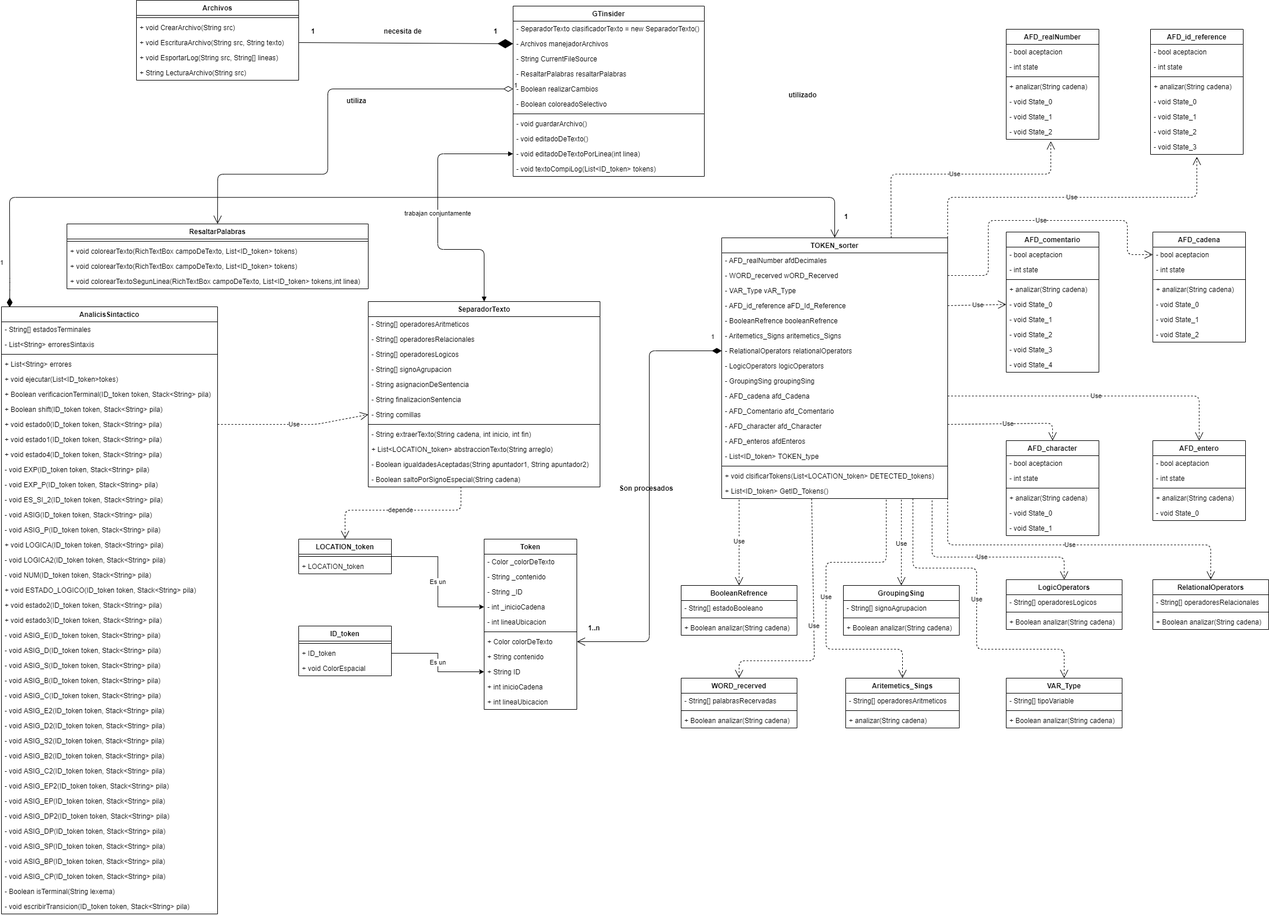
This is Documentacion/Diagrama de Clases.png from cresb-49/LP1, a draw.io export, as it was before one commit. Source tidied: cells renumbered, new cells last; positions are measured from the earlier drawing's top-left corner, leaving out a move shared by most shapes.
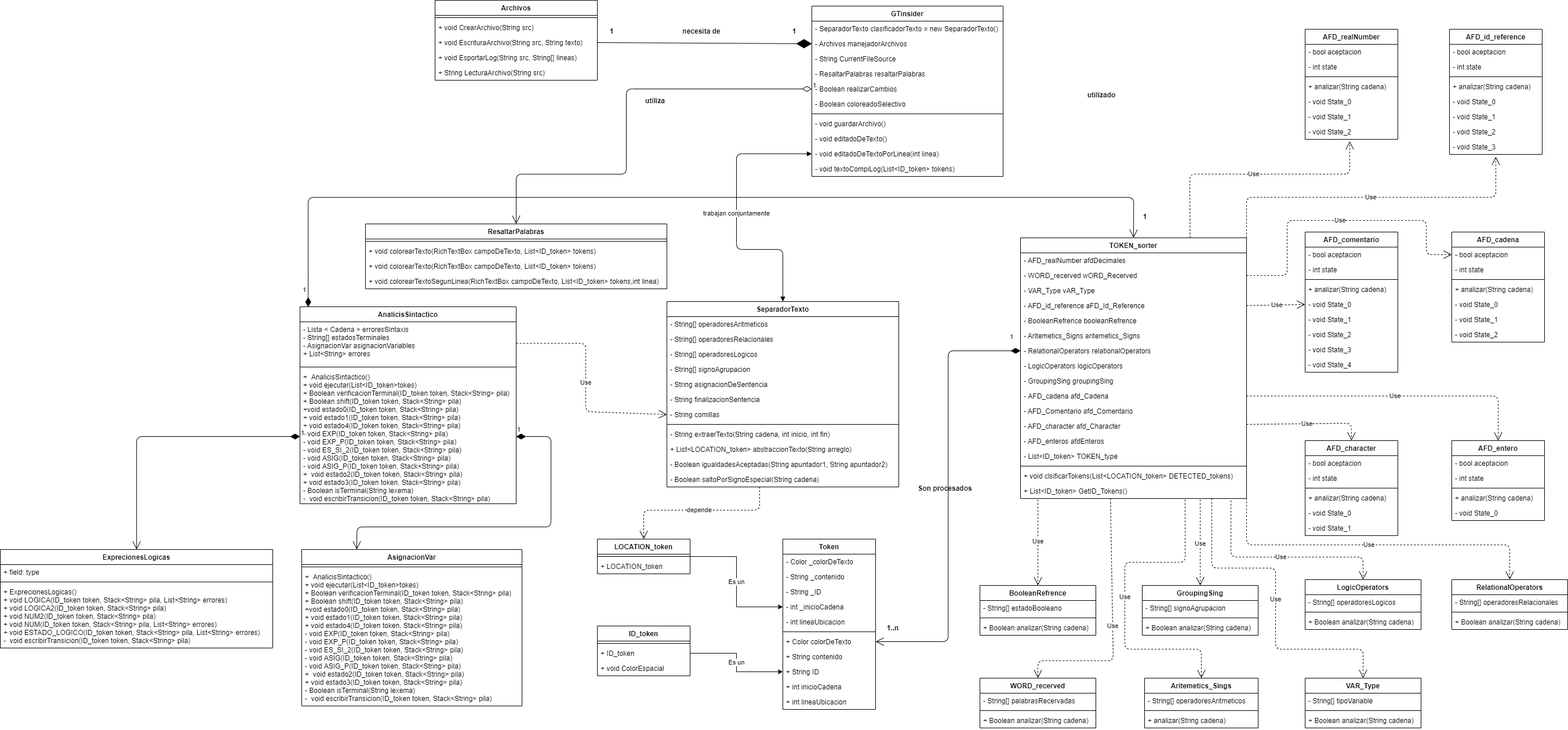
Later version of the same file.

What changed in the source:
```diff
@@ -491,12 +491,13 @@
       <mxGeometry y="268" width="330" height="26" as="geometry" />
     </mxCell>
     <mxCell id="145" value="1" style="endArrow=open;html=1;endSize=12;startArrow=diamondThin;startSize=14;startFill=1;edgeStyle=orthogonalEdgeStyle;align=left;verticalAlign=bottom;entryX=0.5;entryY=0;entryDx=0;entryDy=0;exitX=0.038;exitY=0.001;exitDx=0;exitDy=0;exitPerimeter=0;" parent="1" edge="1" source="181" target="4">
-      <mxGeometry x="-0.92" y="18" relative="1" as="geometry">
+      <mxGeometry x="-0.95" y="23" relative="1" as="geometry">
         <Array as="points">
           <mxPoint x="14" y="490" />
           <mxPoint x="14" y="340" />
           <mxPoint x="1438" y="340" />
         </Array>
+        <mxPoint x="12" y="20" as="offset" />
       </mxGeometry>
     </mxCell>
     <mxCell id="146" value="1" style="text;align=center;fontStyle=1;verticalAlign=middle;spacingLeft=3;spacingRight=3;strokeColor=none;" parent="1" vertex="1">
@@ -618,135 +619,58 @@
     <mxCell id="179" value="+ String LecturaArchivo(String src)" style="text;strokeColor=none;fillColor=none;align=left;verticalAlign=top;spacingLeft=4;spacingRight=4;overflow=hidden;" parent="174" vertex="1">
       <mxGeometry y="112" width="280" height="26" as="geometry" />
     </mxCell>
-    <mxCell id="180" value="Use" style="endArrow=open;endSize=12;dashed=1;html=1;entryX=0;entryY=0.5;entryDx=0;entryDy=0;exitX=1;exitY=0.5;exitDx=0;exitDy=0;" parent="1" edge="1" source="189" target="163">
+    <mxCell id="180" value="Use" style="endArrow=open;endSize=12;dashed=1;html=1;entryX=0;entryY=0.5;entryDx=0;entryDy=0;exitX=1;exitY=0.5;exitDx=0;exitDy=0;" parent="1" edge="1" source="183" target="163">
       <mxGeometry relative="1" as="geometry">
         <Array as="points">
-          <mxPoint x="543" y="732" />
+          <mxPoint x="493" y="592" />
+          <mxPoint x="493" y="710" />
         </Array>
       </mxGeometry>
     </mxCell>
     <mxCell id="181" value="AnalicisSintactico" style="swimlane;fontStyle=1;align=center;verticalAlign=top;horizontal=1;startSize=26;" parent="1" vertex="1">
-      <mxGeometry y="529" width="373" height="1048" as="geometry" />
+      <mxGeometry y="529" width="373" height="340" as="geometry" />
     </mxCell>
-    <mxCell id="182" value="- String[] estadosTerminales" style="text;strokeColor=none;fillColor=none;align=left;verticalAlign=top;spacingLeft=4;spacingRight=4;overflow=hidden;" parent="181" vertex="1">
-      <mxGeometry y="26" width="373" height="26" as="geometry" />
-    </mxCell>
-    <mxCell id="183" value="- List&lt;String&gt; erroresSintaxis" style="text;strokeColor=none;fillColor=none;align=left;verticalAlign=top;spacingLeft=4;spacingRight=4;overflow=hidden;points=[[0,0.5],[1,0.5]];portConstraint=eastwest;" parent="181" vertex="1">
-      <mxGeometry y="52" width="373" height="26" as="geometry" />
+    <mxCell id="183" value="- Lista &lt; Cadena &gt; erroresSintaxis &#10;- String[] estadosTerminales&#10;- AsignacionVar asignacionVariables&#10;+ List&lt;String&gt; errores" style="text;strokeColor=none;fillColor=none;align=left;verticalAlign=top;spacingLeft=4;spacingRight=4;overflow=hidden;points=[[0,0.5],[1,0.5]];portConstraint=eastwest;" parent="181" vertex="1">
+      <mxGeometry y="26" width="373" height="74" as="geometry" />
     </mxCell>
     <mxCell id="184" style="line;strokeWidth=1;fillColor=none;align=left;verticalAlign=middle;spacingTop=-1;spacingLeft=3;spacingRight=3;labelPosition=right;" parent="181" vertex="1">
-      <mxGeometry y="78" width="373" height="8" as="geometry" />
+      <mxGeometry y="100" width="373" height="8" as="geometry" />
     </mxCell>
-    <mxCell id="185" value="+ List&lt;String&gt; errores" style="text;strokeColor=none;fillColor=none;align=left;verticalAlign=top;spacingLeft=4;spacingRight=4;overflow=hidden;points=[[0,0.5],[1,0.5]];portConstraint=eastwest;" parent="181" vertex="1">
-      <mxGeometry y="86" width="373" height="26" as="geometry" />
+    <mxCell id="185" value="+  AnalicisSintactico()&#10;+ void ejecutar(List&lt;ID_token&gt;tokes)&#10;+ Boolean verificacionTerminal(ID_token token, Stack&lt;String&gt; pila)&#10;+ Boolean shift(ID_token token, Stack&lt;String&gt; pila)&#10;+void estado0(ID_token token, Stack&lt;String&gt; pila)&#10;+ void estado1(ID_token token, Stack&lt;String&gt; pila)&#10;+ void estado4(ID_token token, Stack&lt;String&gt; pila)&#10;- void EXP(ID_token token, Stack&lt;String&gt; pila)&#10;- void EXP_P(ID_token token, Stack&lt;String&gt; pila)&#10;- void ES_SI_2(ID_token token, Stack&lt;String&gt; pila)&#10;- void ASIG(ID_token token, Stack&lt;String&gt; pila)&#10;- void ASIG_P(ID_token token, Stack&lt;String&gt; pila)&#10;+  void estado2(ID_token token, Stack&lt;String&gt; pila)&#10;+ void estado3(ID_token token, Stack&lt;String&gt; pila)&#10;- Boolean isTerminal(String lexema)&#10;-  void escribirTransicion(ID_token token, Stack&lt;String&gt; pila)&#10;&#10;&#10;&#10;" style="text;strokeColor=none;fillColor=none;align=left;verticalAlign=top;spacingLeft=4;spacingRight=4;overflow=hidden;points=[[0,0.5],[1,0.5]];portConstraint=eastwest;" parent="181" vertex="1">
+      <mxGeometry y="108" width="373" height="232" as="geometry" />
     </mxCell>
-    <mxCell id="186" value="+ void ejecutar(List&lt;ID_token&gt;tokes)" style="text;strokeColor=none;fillColor=none;align=left;verticalAlign=top;spacingLeft=4;spacingRight=4;overflow=hidden;" parent="181" vertex="1">
-      <mxGeometry y="112" width="373" height="26" as="geometry" />
-    </mxCell>
-    <mxCell id="187" value="+ Boolean verificacionTerminal(ID_token token, Stack&lt;String&gt; pila)" style="text;strokeColor=none;fillColor=none;align=left;verticalAlign=top;spacingLeft=4;spacingRight=4;overflow=hidden;" parent="181" vertex="1">
-      <mxGeometry y="138" width="373" height="26" as="geometry" />
-    </mxCell>
-    <mxCell id="188" value="+ Boolean shift(ID_token token, Stack&lt;String&gt; pila)" style="text;strokeColor=none;fillColor=none;align=left;verticalAlign=top;spacingLeft=4;spacingRight=4;overflow=hidden;" parent="181" vertex="1">
-      <mxGeometry y="164" width="373" height="26" as="geometry" />
-    </mxCell>
-    <mxCell id="189" value="+ void estado0(ID_token token, Stack&lt;String&gt; pila)" style="text;strokeColor=none;fillColor=none;align=left;verticalAlign=top;spacingLeft=4;spacingRight=4;overflow=hidden;points=[[0,0.5],[1,0.5]];portConstraint=eastwest;" parent="181" vertex="1">
-      <mxGeometry y="190" width="373" height="26" as="geometry" />
-    </mxCell>
-    <mxCell id="190" value="+ void estado1(ID_token token, Stack&lt;String&gt; pila)" style="text;strokeColor=none;fillColor=none;align=left;verticalAlign=top;spacingLeft=4;spacingRight=4;overflow=hidden;" parent="181" vertex="1">
-      <mxGeometry y="216" width="373" height="26" as="geometry" />
-    </mxCell>
-    <mxCell id="191" value="+ void estado4(ID_token token, Stack&lt;String&gt; pila)" style="text;strokeColor=none;fillColor=none;align=left;verticalAlign=top;spacingLeft=4;spacingRight=4;overflow=hidden;" parent="181" vertex="1">
-      <mxGeometry y="242" width="373" height="26" as="geometry" />
-    </mxCell>
-    <mxCell id="192" value="- void EXP(ID_token token, Stack&lt;String&gt; pila)" style="text;strokeColor=none;fillColor=none;align=left;verticalAlign=top;spacingLeft=4;spacingRight=4;overflow=hidden;" parent="181" vertex="1">
-      <mxGeometry y="268" width="373" height="26" as="geometry" />
-    </mxCell>
-    <mxCell id="193" value="- void EXP_P(ID_token token, Stack&lt;String&gt; pila)" style="text;strokeColor=none;fillColor=none;align=left;verticalAlign=top;spacingLeft=4;spacingRight=4;overflow=hidden;" parent="181" vertex="1">
-      <mxGeometry y="294" width="373" height="26" as="geometry" />
-    </mxCell>
-    <mxCell id="194" value="- void ES_SI_2(ID_token token, Stack&lt;String&gt; pila)" style="text;strokeColor=none;fillColor=none;align=left;verticalAlign=top;spacingLeft=4;spacingRight=4;overflow=hidden;" parent="181" vertex="1">
-      <mxGeometry y="320" width="373" height="26" as="geometry" />
-    </mxCell>
-    <mxCell id="195" value="- void ASIG(ID_token token, Stack&lt;String&gt; pila)" style="text;strokeColor=none;fillColor=none;align=left;verticalAlign=top;spacingLeft=4;spacingRight=4;overflow=hidden;" parent="181" vertex="1">
-      <mxGeometry y="346" width="373" height="26" as="geometry" />
-    </mxCell>
-    <mxCell id="196" value="- void ASIG_P(ID_token token, Stack&lt;String&gt; pila)" style="text;strokeColor=none;fillColor=none;align=left;verticalAlign=top;spacingLeft=4;spacingRight=4;overflow=hidden;" parent="181" vertex="1">
-      <mxGeometry y="372" width="373" height="26" as="geometry" />
-    </mxCell>
-    <mxCell id="197" value="+ void LOGICA(ID_token token, Stack&lt;String&gt; pila)" style="text;strokeColor=none;fillColor=none;align=left;verticalAlign=top;spacingLeft=4;spacingRight=4;overflow=hidden;" parent="181" vertex="1">
-      <mxGeometry y="398" width="373" height="26" as="geometry" />
-    </mxCell>
-    <mxCell id="198" value="- void LOGICA2(ID_token token, Stack&lt;String&gt; pila)" style="text;strokeColor=none;fillColor=none;align=left;verticalAlign=top;spacingLeft=4;spacingRight=4;overflow=hidden;" parent="181" vertex="1">
-      <mxGeometry y="424" width="373" height="26" as="geometry" />
-    </mxCell>
-    <mxCell id="199" value="- void NUM(ID_token token, Stack&lt;String&gt; pila)" style="text;strokeColor=none;fillColor=none;align=left;verticalAlign=top;spacingLeft=4;spacingRight=4;overflow=hidden;" parent="181" vertex="1">
-      <mxGeometry y="450" width="373" height="26" as="geometry" />
-    </mxCell>
-    <mxCell id="200" value="+ void ESTADO_LOGICO(ID_token token, Stack&lt;String&gt; pila)" style="text;strokeColor=none;fillColor=none;align=left;verticalAlign=top;spacingLeft=4;spacingRight=4;overflow=hidden;" parent="181" vertex="1">
-      <mxGeometry y="476" width="373" height="26" as="geometry" />
-    </mxCell>
-    <mxCell id="201" value="+ void estado2(ID_token token, Stack&lt;String&gt; pila)" style="text;strokeColor=none;fillColor=none;align=left;verticalAlign=top;spacingLeft=4;spacingRight=4;overflow=hidden;" parent="181" vertex="1">
-      <mxGeometry y="502" width="373" height="26" as="geometry" />
-    </mxCell>
-    <mxCell id="202" value="+ void estado3(ID_token token, Stack&lt;String&gt; pila)" style="text;strokeColor=none;fillColor=none;align=left;verticalAlign=top;spacingLeft=4;spacingRight=4;overflow=hidden;" parent="181" vertex="1">
-      <mxGeometry y="528" width="373" height="26" as="geometry" />
-    </mxCell>
-    <mxCell id="203" value="- void ASIG_E(ID_token token, Stack&lt;String&gt; pila)" style="text;strokeColor=none;fillColor=none;align=left;verticalAlign=top;spacingLeft=4;spacingRight=4;overflow=hidden;" parent="181" vertex="1">
-      <mxGeometry y="554" width="373" height="26" as="geometry" />
-    </mxCell>
-    <mxCell id="204" value="- void ASIG_D(ID_token token, Stack&lt;String&gt; pila)" style="text;strokeColor=none;fillColor=none;align=left;verticalAlign=top;spacingLeft=4;spacingRight=4;overflow=hidden;" parent="181" vertex="1">
-      <mxGeometry y="580" width="373" height="26" as="geometry" />
-    </mxCell>
-    <mxCell id="205" value="- void ASIG_S(ID_token token, Stack&lt;String&gt; pila)" style="text;strokeColor=none;fillColor=none;align=left;verticalAlign=top;spacingLeft=4;spacingRight=4;overflow=hidden;" parent="181" vertex="1">
-      <mxGeometry y="606" width="373" height="26" as="geometry" />
-    </mxCell>
-    <mxCell id="206" value="- void ASIG_B(ID_token token, Stack&lt;String&gt; pila)" style="text;strokeColor=none;fillColor=none;align=left;verticalAlign=top;spacingLeft=4;spacingRight=4;overflow=hidden;" parent="181" vertex="1">
-      <mxGeometry y="632" width="373" height="26" as="geometry" />
-    </mxCell>
-    <mxCell id="207" value="- void ASIG_C(ID_token token, Stack&lt;String&gt; pila)" style="text;strokeColor=none;fillColor=none;align=left;verticalAlign=top;spacingLeft=4;spacingRight=4;overflow=hidden;" parent="181" vertex="1">
-      <mxGeometry y="658" width="373" height="26" as="geometry" />
-    </mxCell>
-    <mxCell id="208" value="- void ASIG_E2(ID_token token, Stack&lt;String&gt; pila)" style="text;strokeColor=none;fillColor=none;align=left;verticalAlign=top;spacingLeft=4;spacingRight=4;overflow=hidden;" parent="181" vertex="1">
-      <mxGeometry y="684" width="373" height="26" as="geometry" />
-    </mxCell>
-    <mxCell id="209" value="- void ASIG_D2(ID_token token, Stack&lt;String&gt; pila)" style="text;strokeColor=none;fillColor=none;align=left;verticalAlign=top;spacingLeft=4;spacingRight=4;overflow=hidden;" parent="181" vertex="1">
-      <mxGeometry y="710" width="373" height="26" as="geometry" />
-    </mxCell>
-    <mxCell id="210" value="- void ASIG_S2(ID_token token, Stack&lt;String&gt; pila)" style="text;strokeColor=none;fillColor=none;align=left;verticalAlign=top;spacingLeft=4;spacingRight=4;overflow=hidden;" parent="181" vertex="1">
-      <mxGeometry y="736" width="373" height="26" as="geometry" />
-    </mxCell>
-    <mxCell id="211" value="- void ASIG_B2(ID_token token, Stack&lt;String&gt; pila)" style="text;strokeColor=none;fillColor=none;align=left;verticalAlign=top;spacingLeft=4;spacingRight=4;overflow=hidden;" parent="181" vertex="1">
-      <mxGeometry y="762" width="373" height="26" as="geometry" />
-    </mxCell>
-    <mxCell id="212" value="- void ASIG_C2(ID_token token, Stack&lt;String&gt; pila)" style="text;strokeColor=none;fillColor=none;align=left;verticalAlign=top;spacingLeft=4;spacingRight=4;overflow=hidden;" parent="181" vertex="1">
-      <mxGeometry y="788" width="373" height="26" as="geometry" />
-    </mxCell>
-    <mxCell id="213" value="- void ASIG_EP2(ID_token token, Stack&lt;String&gt; pila)" style="text;strokeColor=none;fillColor=none;align=left;verticalAlign=top;spacingLeft=4;spacingRight=4;overflow=hidden;" parent="181" vertex="1">
-      <mxGeometry y="814" width="373" height="26" as="geometry" />
-    </mxCell>
-    <mxCell id="214" value="- void ASIG_EP(ID_token token, Stack&lt;String&gt; pila)" style="text;strokeColor=none;fillColor=none;align=left;verticalAlign=top;spacingLeft=4;spacingRight=4;overflow=hidden;" parent="181" vertex="1">
-      <mxGeometry y="840" width="373" height="26" as="geometry" />
-    </mxCell>
-    <mxCell id="215" value="- void ASIG_DP2(ID_token token, Stack&lt;String&gt; pila)" style="text;strokeColor=none;fillColor=none;align=left;verticalAlign=top;spacingLeft=4;spacingRight=4;overflow=hidden;" parent="181" vertex="1">
-      <mxGeometry y="866" width="373" height="26" as="geometry" />
-    </mxCell>
-    <mxCell id="216" value="- void ASIG_DP(ID_token token, Stack&lt;String&gt; pila)" style="text;strokeColor=none;fillColor=none;align=left;verticalAlign=top;spacingLeft=4;spacingRight=4;overflow=hidden;" parent="181" vertex="1">
-      <mxGeometry y="892" width="373" height="26" as="geometry" />
-    </mxCell>
-    <mxCell id="217" value="- void ASIG_SP(ID_token token, Stack&lt;String&gt; pila)" style="text;strokeColor=none;fillColor=none;align=left;verticalAlign=top;spacingLeft=4;spacingRight=4;overflow=hidden;" parent="181" vertex="1">
-      <mxGeometry y="918" width="373" height="26" as="geometry" />
-    </mxCell>
-    <mxCell id="218" value="- void ASIG_BP(ID_token token, Stack&lt;String&gt; pila)" style="text;strokeColor=none;fillColor=none;align=left;verticalAlign=top;spacingLeft=4;spacingRight=4;overflow=hidden;" parent="181" vertex="1">
-      <mxGeometry y="944" width="373" height="26" as="geometry" />
-    </mxCell>
-    <mxCell id="219" value="- void ASIG_CP(ID_token token, Stack&lt;String&gt; pila)" style="text;strokeColor=none;fillColor=none;align=left;verticalAlign=top;spacingLeft=4;spacingRight=4;overflow=hidden;" parent="181" vertex="1">
-      <mxGeometry y="970" width="373" height="26" as="geometry" />
-    </mxCell>
-    <mxCell id="220" value="- Boolean isTerminal(String lexema)" style="text;strokeColor=none;fillColor=none;align=left;verticalAlign=top;spacingLeft=4;spacingRight=4;overflow=hidden;" parent="181" vertex="1">
-      <mxGeometry y="996" width="373" height="26" as="geometry" />
-    </mxCell>
-    <mxCell id="221" value="- void escribirTransicion(ID_token token, Stack&lt;String&gt; pila)" style="text;strokeColor=none;fillColor=none;align=left;verticalAlign=top;spacingLeft=4;spacingRight=4;overflow=hidden;" parent="181" vertex="1">
-      <mxGeometry y="1022" width="373" height="26" as="geometry" />
-    </mxCell>
+    <mxCell id="222" value="AsignacionVar" style="swimlane;fontStyle=1;align=center;verticalAlign=top;horizontal=1;startSize=26;" parent="1" vertex="1">
+      <mxGeometry x="3" y="948" width="380" height="270" as="geometry" />
+    </mxCell>
+    <mxCell id="223" style="line;strokeWidth=1;fillColor=none;align=left;verticalAlign=middle;spacingTop=-1;spacingLeft=3;spacingRight=3;labelPosition=right;" parent="222" vertex="1">
+      <mxGeometry y="26" width="380" height="8" as="geometry" />
+    </mxCell>
+    <mxCell id="224" value="+  AnalicisSintactico()&#10;+ void ejecutar(List&lt;ID_token&gt;tokes)&#10;+ Boolean verificacionTerminal(ID_token token, Stack&lt;String&gt; pila)&#10;+ Boolean shift(ID_token token, Stack&lt;String&gt; pila)&#10;+void estado0(ID_token token, Stack&lt;String&gt; pila)&#10;+ void estado1(ID_token token, Stack&lt;String&gt; pila)&#10;+ void estado4(ID_token token, Stack&lt;String&gt; pila)&#10;- void EXP(ID_token token, Stack&lt;String&gt; pila)&#10;- void EXP_P(ID_token token, Stack&lt;String&gt; pila)&#10;- void ES_SI_2(ID_token token, Stack&lt;String&gt; pila)&#10;- void ASIG(ID_token token, Stack&lt;String&gt; pila)&#10;- void ASIG_P(ID_token token, Stack&lt;String&gt; pila)&#10;+  void estado2(ID_token token, Stack&lt;String&gt; pila)&#10;+ void estado3(ID_token token, Stack&lt;String&gt; pila)&#10;- Boolean isTerminal(String lexema)&#10;-  void escribirTransicion(ID_token token, Stack&lt;String&gt; pila)&#10;&#10;&#10;&#10;" style="text;strokeColor=none;fillColor=none;align=left;verticalAlign=top;spacingLeft=4;spacingRight=4;overflow=hidden;" parent="222" vertex="1">
+      <mxGeometry y="34" width="380" height="236" as="geometry" />
+    </mxCell>
+    <mxCell id="225" value="ExprecionesLogicas" style="swimlane;fontStyle=1;align=center;verticalAlign=top;horizontal=1;startSize=26;" parent="1" vertex="1">
+      <mxGeometry x="-517" y="948" width="470" height="170" as="geometry" />
+    </mxCell>
+    <mxCell id="226" value="+ field: type" style="text;strokeColor=none;fillColor=none;align=left;verticalAlign=top;spacingLeft=4;spacingRight=4;overflow=hidden;" parent="225" vertex="1">
+      <mxGeometry y="26" width="470" height="26" as="geometry" />
+    </mxCell>
+    <mxCell id="227" style="line;strokeWidth=1;fillColor=none;align=left;verticalAlign=middle;spacingTop=-1;spacingLeft=3;spacingRight=3;labelPosition=right;" parent="225" vertex="1">
+      <mxGeometry y="52" width="470" height="8" as="geometry" />
+    </mxCell>
+    <mxCell id="228" value="+ ExprecionesLogicas()&#10;+ void LOGICA(ID_token token, Stack&lt;String&gt; pila, List&lt;String&gt; errores)&#10;+ void LOGICA2(ID_token token, Stack&lt;String&gt; pila)&#10;+ void NUM2(ID_token token, Stack&lt;String&gt; pila)&#10;+ void NUM(ID_token token, Stack&lt;String&gt; pila, List&lt;String&gt; errores)&#10;+ void ESTADO_LOGICO(ID_token token, Stack&lt;String&gt; pila, List&lt;String&gt; errores)&#10;-  void escribirTransicion(ID_token token, Stack&lt;String&gt; pila)&#10;" style="text;strokeColor=none;fillColor=none;align=left;verticalAlign=top;spacingLeft=4;spacingRight=4;overflow=hidden;" parent="225" vertex="1">
+      <mxGeometry y="60" width="470" height="110" as="geometry" />
+    </mxCell>
+    <mxCell id="229" value="1" style="endArrow=open;html=1;endSize=12;startArrow=diamondThin;startSize=14;startFill=1;edgeStyle=orthogonalEdgeStyle;align=left;verticalAlign=bottom;" parent="1" edge="1" source="185" target="225">
+      <mxGeometry x="-1" y="3" relative="1" as="geometry" />
+    </mxCell>
+    <mxCell id="230" value="1" style="endArrow=open;html=1;endSize=12;startArrow=diamondThin;startSize=14;startFill=1;edgeStyle=orthogonalEdgeStyle;align=left;verticalAlign=bottom;entryX=0.25;entryY=0;entryDx=0;entryDy=0;" parent="1" edge="1" source="185" target="222">
+      <mxGeometry x="-1" y="3" relative="1" as="geometry">
+        <Array as="points">
+          <mxPoint x="433" y="753" />
+          <mxPoint x="433" y="909" />
+          <mxPoint x="98" y="909" />
+        </Array>
+      </mxGeometry>
+    </mxCell>
   </root>
 </mxGraphModel>
```
